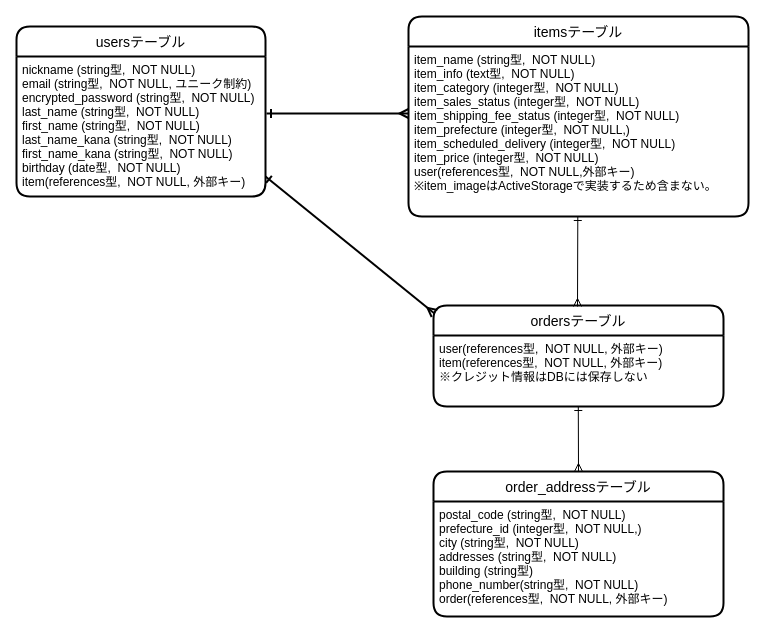
Earlier version of the draw.io diagram furima.dio (miurachikaa/furima-38865). Source tidied: cells renumbered, new cells numbered last; positions are measured from the earlier drawing's top-left corner, leaving out a move shared by most shapes. Both pictures are drawn from the tidied source at 100%, with x=0, y=0 at pixel (16, 16).
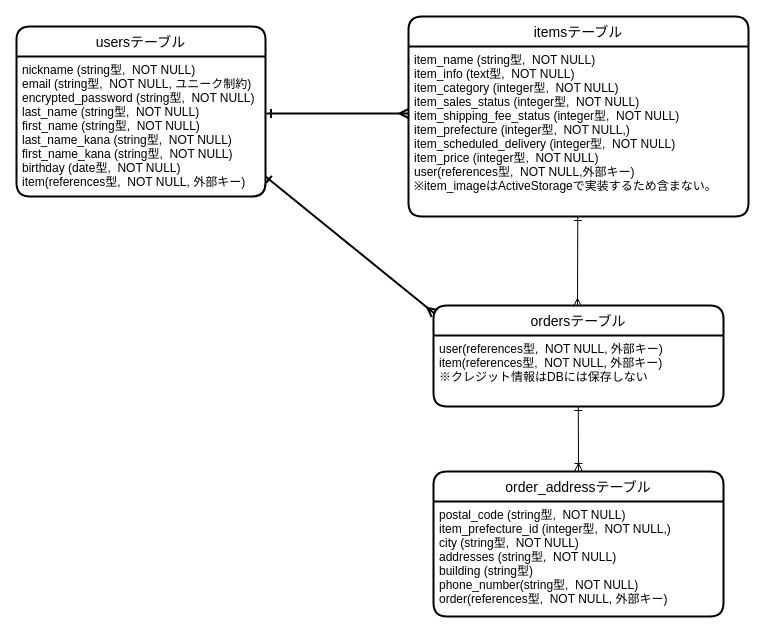
The same diagram, later.

Commit message (it also covers changes not shown here):
DB設計の実装（修正②）

Diff of the diagram source:
```diff
@@
 <mxGraphModel>
   <root>
     <mxCell id="0" />
     <mxCell id="1" parent="0" />
     <mxCell id="2" value="usersテーブル" style="swimlane;horizontal=1;startSize=30;rounded=1;fontSize=14;fontStyle=0;strokeWidth=2;shadow=0;dashed=0;align=center;" parent="1" vertex="1">
       <mxGeometry y="10" width="249" height="170" as="geometry" />
     </mxCell>
     <mxCell id="3" value="nickname (string型,  NOT NULL)&#10;email (string型,  NOT NULL, ユニーク制約)&#10;encrypted_password (string型,  NOT NULL)&#10;last_name (string型,  NOT NULL)&#10;first_name (string型,  NOT NULL)&#10;last_name_kana (string型,  NOT NULL)&#10;first_name_kana (string型,  NOT NULL)&#10;birthday (date型,  NOT NULL)&#10;item(references型,  NOT NULL, 外部キー)&#10;&#10;" style="align=left;strokeColor=none;fillColor=none;spacingLeft=4;fontSize=12;verticalAlign=top;" parent="2" vertex="1">
       <mxGeometry y="30" width="249" height="140" as="geometry" />
     </mxCell>
     <mxCell id="4" value="itemsテーブル" style="swimlane;horizontal=1;startSize=30;rounded=1;fontSize=14;fontStyle=0;strokeWidth=2;shadow=0;dashed=0;align=center;" parent="1" vertex="1">
       <mxGeometry x="392" width="340" height="200" as="geometry" />
     </mxCell>
     <mxCell id="5" value="item_name (string型,  NOT NULL)&#10;item_info (text型,  NOT NULL)&#10;item_category (integer型,  NOT NULL)&#10;item_sales_status (integer型,  NOT NULL)&#10;item_shipping_fee_status (integer型,  NOT NULL)&#10;item_prefecture (integer型,  NOT NULL,)&#10;item_scheduled_delivery (integer型,  NOT NULL)&#10;item_price (integer型,  NOT NULL)&#10;user(references型,  NOT NULL,外部キー)&#10;※item_imageはActiveStorageで実装するため含まない。" style="align=left;strokeColor=none;fillColor=none;spacingLeft=4;fontSize=12;verticalAlign=top;" parent="4" vertex="1">
       <mxGeometry y="30" width="340" height="170" as="geometry" />
     </mxCell>
     <mxCell id="6" value="ordersテーブル" style="swimlane;horizontal=1;startSize=30;rounded=1;fontSize=14;fontStyle=0;strokeWidth=2;shadow=0;dashed=0;align=center;" parent="1" vertex="1">
       <mxGeometry x="417" y="289" width="290" height="101" as="geometry" />
     </mxCell>
     <mxCell id="7" value="user(references型,  NOT NULL, 外部キー)&#10;item(references型,  NOT NULL, 外部キー)&#10;※クレジット情報はDBには保存しない" style="align=left;strokeColor=none;fillColor=none;spacingLeft=4;fontSize=12;verticalAlign=top;" parent="6" vertex="1">
       <mxGeometry y="30" width="290" height="71" as="geometry" />
     </mxCell>
     <mxCell id="8" value="order_addressテーブル" style="swimlane;horizontal=1;startSize=30;rounded=1;fontSize=14;fontStyle=0;strokeWidth=2;shadow=0;dashed=0;align=center;" parent="1" vertex="1">
       <mxGeometry x="417" y="455" width="290" height="145" as="geometry" />
     </mxCell>
-    <mxCell id="9" value="postal_code (string型,  NOT NULL)&#10;prefecture_id (integer型,  NOT NULL,)&#10;city (string型,  NOT NULL)&#10;addresses (string型,  NOT NULL)&#10;building (string型)&#10;phone_number(string型,  NOT NULL)&#10;order(references型,  NOT NULL, 外部キー)&#10;&#10;&#10;" style="align=left;strokeColor=none;fillColor=none;spacingLeft=4;fontSize=12;verticalAlign=top;" parent="8" vertex="1">
+    <mxCell id="9" value="postal_code (string型,  NOT NULL)&#10;item_prefecture_id (integer型,  NOT NULL,)&#10;city (string型,  NOT NULL)&#10;addresses (string型,  NOT NULL)&#10;building (string型)&#10;phone_number(string型,  NOT NULL)&#10;order(references型,  NOT NULL, 外部キー)&#10;&#10;&#10;" style="align=left;strokeColor=none;fillColor=none;spacingLeft=4;fontSize=12;verticalAlign=top;" parent="8" vertex="1">
       <mxGeometry y="30" width="290" height="115" as="geometry" />
     </mxCell>
     <mxCell id="10" style="endArrow=ERmany;html=1;rounded=0;startArrow=ERone;startFill=0;endFill=0;entryX=0;entryY=0.5;entryDx=0;entryDy=0;exitX=1;exitY=0.5;exitDx=0;exitDy=0;strokeWidth=2;" parent="1" edge="1">
       <mxGeometry relative="1" as="geometry">
         <mxPoint x="250" y="97" as="sourcePoint" />
         <mxPoint x="392" y="97" as="targetPoint" />
       </mxGeometry>
     </mxCell>
     <mxCell id="11" style="endArrow=ERmany;html=1;rounded=0;startArrow=ERone;startFill=0;endFill=0;strokeWidth=2;" parent="1" edge="1">
       <mxGeometry relative="1" as="geometry">
         <mxPoint x="249" y="160" as="sourcePoint" />
         <mxPoint x="418" y="297" as="targetPoint" />
       </mxGeometry>
     </mxCell>
     <mxCell id="12" style="endArrow=ERone;html=1;rounded=0;endFill=0;startArrow=ERmany;startFill=0;" parent="1" edge="1">
       <mxGeometry relative="1" as="geometry">
         <mxPoint x="561" y="290" as="sourcePoint" />
         <mxPoint x="561.3" y="200" as="targetPoint" />
       </mxGeometry>
     </mxCell>
-    <mxCell id="13" style="endArrow=ERone;html=1;rounded=0;endFill=0;startArrow=ERmany;startFill=0;exitX=0.5;exitY=0;exitDx=0;exitDy=0;" parent="1" edge="1" source="8">
+    <mxCell id="13" style="endArrow=ERone;html=1;rounded=0;endFill=0;startArrow=ERoneToMany;startFill=0;exitX=0.5;exitY=0;exitDx=0;exitDy=0;" parent="1" edge="1" source="8">
       <mxGeometry relative="1" as="geometry">
         <mxPoint x="561.8" y="390" as="targetPoint" />
       </mxGeometry>
     </mxCell>
   </root>
 </mxGraphModel>
```
